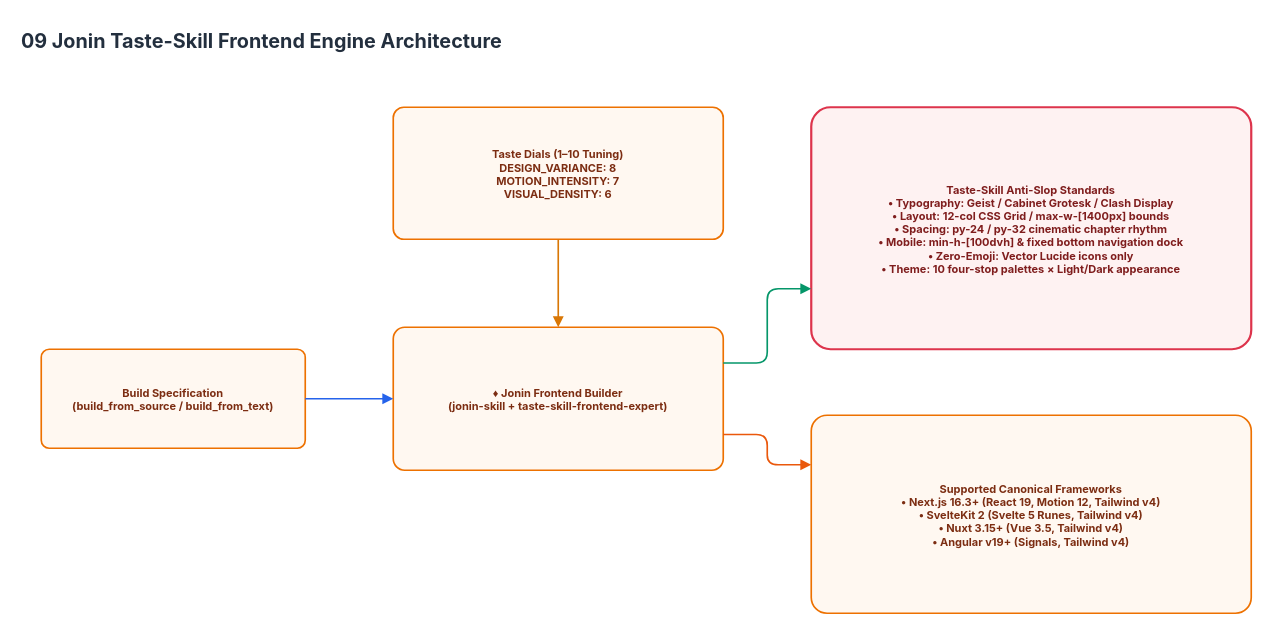
This is page "09 Jonin Taste-Skill Frontend Engine" (9 of 18) of docs/diagrams/konoha-enterprise-architecture.drawio from andycungkrinx91/konoha, a draw.io file, before an edit. Source tidied: cells renumbered, new cells numbered last; positions are measured from the earlier drawing's top-left corner, leaving out a move shared by most shapes. Both pictures are drawn from the tidied source at 110%, with x=0, y=0 at pixel (19, 19).
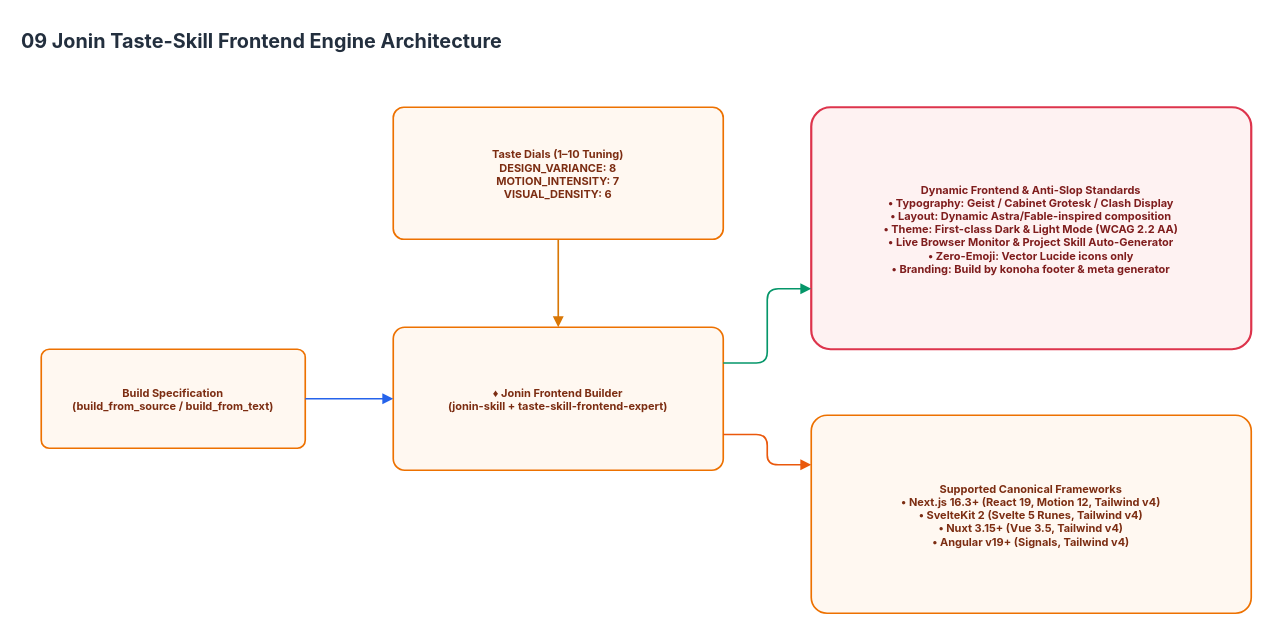
Above is the later version.

The edit, as a diff of the source:
```diff
@@
 <mxGraphModel>
   <root>
     <mxCell id="0" />
     <mxCell id="1" parent="0" />
     <mxCell id="2" value="09 Jonin Taste-Skill Frontend Engine Architecture" style="text;html=1;strokeColor=none;fillColor=none;fontFamily=Inter, system-ui, -apple-system;fontSize=18;fontStyle=1;fontColor=#232F3E;align=left;verticalAlign=middle;" parent="1" vertex="1">
       <mxGeometry width="900" height="40" as="geometry" />
     </mxCell>
     <mxCell id="3" value="Build Specification&#10;(build_from_source / build_from_text)" style="rounded=1;arcSize=8;html=1;whiteSpace=wrap;fillColor=#FFF8F1;strokeColor=#ED7100;strokeWidth=1.5;fontFamily=Inter, system-ui, -apple-system;fontSize=10;fontColor=#7C2D12;fontStyle=1;shadow=0;" parent="1" vertex="1">
       <mxGeometry x="20" y="300" width="240" height="90" as="geometry" />
     </mxCell>
     <mxCell id="4" value="♦ Jonin Frontend Builder&#10;(jonin-skill + taste-skill-frontend-expert)" style="rounded=1;arcSize=8;html=1;whiteSpace=wrap;fillColor=#FFF8F1;strokeColor=#ED7100;strokeWidth=1.5;fontFamily=Inter, system-ui, -apple-system;fontSize=10;fontColor=#7C2D12;fontStyle=1;shadow=0;agent=jonin;" parent="1" vertex="1">
       <mxGeometry x="340" y="280" width="300" height="130" as="geometry" />
     </mxCell>
     <mxCell id="5" value="Taste Dials (1–10 Tuning)&#10;DESIGN_VARIANCE: 8&#10;MOTION_INTENSITY: 7&#10;VISUAL_DENSITY: 6" style="rounded=1;arcSize=8;html=1;whiteSpace=wrap;fillColor=#FFF8F1;strokeColor=#ED7100;strokeWidth=1.5;fontFamily=Inter, system-ui, -apple-system;fontSize=10;fontColor=#7C2D12;fontStyle=1;shadow=0;" parent="1" vertex="1">
       <mxGeometry x="340" y="80" width="300" height="120" as="geometry" />
     </mxCell>
-    <mxCell id="6" value="Taste-Skill Anti-Slop Standards&#10;• Typography: Geist / Cabinet Grotesk / Clash Display&#10;• Layout: 12-col CSS Grid / max-w-[1400px] bounds&#10;• Spacing: py-24 / py-32 cinematic chapter rhythm&#10;• Mobile: min-h-[100dvh] &amp; fixed bottom navigation dock&#10;• Zero-Emoji: Vector Lucide icons only&#10;• Theme: 10 four-stop palettes × Light/Dark appearance" style="rounded=1;arcSize=8;html=1;whiteSpace=wrap;fillColor=#FEF2F2;strokeColor=#DD344C;strokeWidth=2;fontFamily=Inter, system-ui, -apple-system;fontSize=10;fontColor=#7F1D1D;fontStyle=1;shadow=0;" parent="1" vertex="1">
+    <mxCell id="6" value="Dynamic Frontend &amp; Anti-Slop Standards&#10;• Typography: Geist / Cabinet Grotesk / Clash Display&#10;• Layout: Dynamic Astra/Fable-inspired composition&#10;• Theme: First-class Dark &amp; Light Mode (WCAG 2.2 AA)&#10;• Live Browser Monitor &amp; Project Skill Auto-Generator&#10;• Zero-Emoji: Vector Lucide icons only&#10;• Branding: Build by konoha footer &amp; meta generator" style="rounded=1;arcSize=8;html=1;whiteSpace=wrap;fillColor=#FEF2F2;strokeColor=#DD344C;strokeWidth=2;fontFamily=Inter, system-ui, -apple-system;fontSize=10;fontColor=#7F1D1D;fontStyle=1;shadow=0;" parent="1" vertex="1">
       <mxGeometry x="720" y="80" width="400" height="220" as="geometry" />
     </mxCell>
     <mxCell id="7" value="Supported Canonical Frameworks&#10;• Next.js 16.3+ (React 19, Motion 12, Tailwind v4)&#10;• SvelteKit 2 (Svelte 5 Runes, Tailwind v4)&#10;• Nuxt 3.15+ (Vue 3.5, Tailwind v4)&#10;• Angular v19+ (Signals, Tailwind v4)" style="rounded=1;arcSize=8;html=1;whiteSpace=wrap;fillColor=#FFF8F1;strokeColor=#ED7100;strokeWidth=1.5;fontFamily=Inter, system-ui, -apple-system;fontSize=10;fontColor=#7C2D12;fontStyle=1;shadow=0;" parent="1" vertex="1">
       <mxGeometry x="720" y="360" width="400" height="180" as="geometry" />
     </mxCell>
     <mxCell id="8" style="edgeStyle=orthogonalEdgeStyle;rounded=1;jettySize=auto;html=1;strokeColor=#2563eb;strokeWidth=1.5;endArrow=block;endFill=1;fontFamily=Inter, system-ui, -apple-system;fontSize=10;fontColor=#232F3E;labelBackgroundColor=#FFFFFF;" parent="1" edge="1" source="3" target="4">
       <mxGeometry relative="1" as="geometry" />
     </mxCell>
     <mxCell id="9" style="edgeStyle=orthogonalEdgeStyle;rounded=1;jettySize=auto;html=1;strokeColor=#d97706;strokeWidth=1.5;endArrow=block;endFill=1;fontFamily=Inter, system-ui, -apple-system;fontSize=10;fontColor=#232F3E;labelBackgroundColor=#FFFFFF;" parent="1" edge="1" source="5" target="4">
       <mxGeometry relative="1" as="geometry" />
     </mxCell>
     <mxCell id="10" style="edgeStyle=orthogonalEdgeStyle;rounded=1;jettySize=auto;html=1;strokeColor=#059669;strokeWidth=1.5;endArrow=block;endFill=1;exitX=1;exitY=0.25;entryX=0;entryY=0.75;fontFamily=Inter, system-ui, -apple-system;fontSize=10;fontColor=#232F3E;labelBackgroundColor=#FFFFFF;" parent="1" edge="1" source="4" target="6">
       <mxGeometry relative="1" as="geometry" />
     </mxCell>
     <mxCell id="11" style="edgeStyle=orthogonalEdgeStyle;rounded=1;jettySize=auto;html=1;strokeColor=#ea580c;strokeWidth=1.5;endArrow=block;endFill=1;exitX=1;exitY=0.75;entryX=0;entryY=0.25;fontFamily=Inter, system-ui, -apple-system;fontSize=10;fontColor=#232F3E;labelBackgroundColor=#FFFFFF;" parent="1" edge="1" source="4" target="7">
       <mxGeometry relative="1" as="geometry">
         <Array as="points">
           <mxPoint x="680" y="378" />
           <mxPoint x="680" y="405" />
         </Array>
       </mxGeometry>
     </mxCell>
   </root>
 </mxGraphModel>
```
